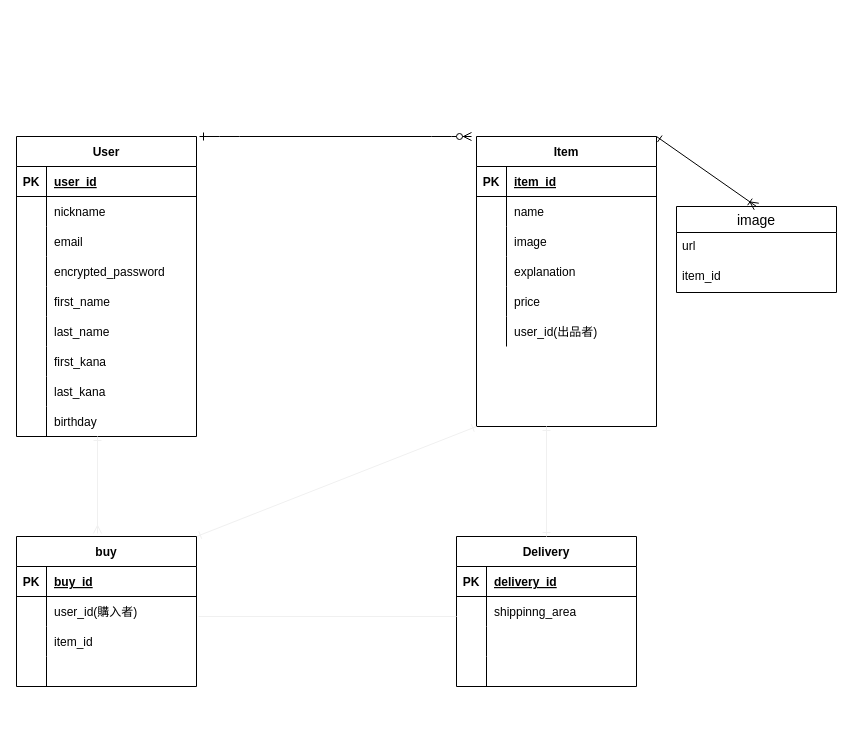
The draw.io diagram furima-er.dio in 1030tm/furima-36410, before the edit. Source tidied: cells renumbered, new cells numbered last; positions are measured from the earlier drawing's top-left corner, leaving out a move shared by most shapes. Both pictures are drawn from the tidied source at 100%, with x=0, y=0 at pixel (16, 136).
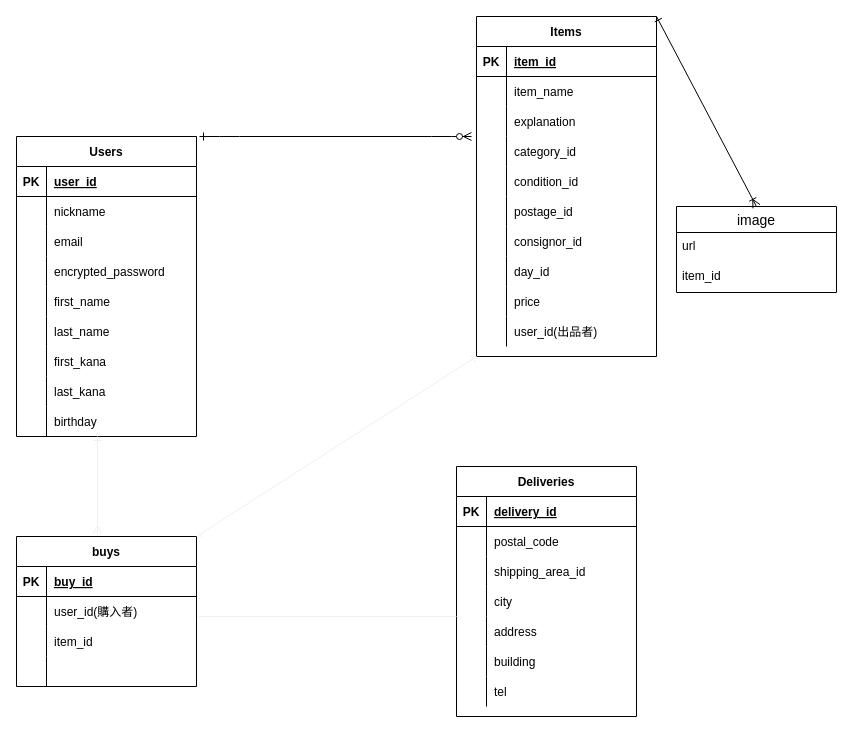
The same diagram, later.

Commit message (it also covers changes not shown here):
コードレビュー指摘の修正

The change refers to these unchanged cells:
```xml
<mxCell id="34" style="shape=partialRectangle;fillColor=none;top=0;left=0;bottom=0;right=0;" parent="30" vertex="1">
  <mxGeometry y="60" width="180" height="30" as="geometry" />
</mxCell>
<mxCell id="37" style="shape=partialRectangle;fillColor=none;top=0;left=0;bottom=0;right=0;" parent="30" vertex="1">
  <mxGeometry y="90" width="180" height="30" as="geometry" />
</mxCell>
<mxCell id="40" style="shape=partialRectangle;fillColor=none;top=0;left=0;bottom=0;right=0;" parent="30" vertex="1">
  <mxGeometry y="120" width="180" height="30" as="geometry" />
</mxCell>
<mxCell id="43" style="shape=partialRectangle;fillColor=none;top=0;left=0;bottom=0;right=0;" parent="30" vertex="1">
  <mxGeometry y="150" width="180" height="30" as="geometry" />
</mxCell>
<mxCell id="46" style="shape=partialRectangle;fillColor=none;top=0;left=0;bottom=0;right=0;" parent="30" vertex="1">
  <mxGeometry y="180" width="180" height="30" as="geometry" />
</mxCell>
<mxCell id="73" style="shape=partialRectangle;fillColor=none;top=0;left=0;bottom=0;right=0;" parent="69" vertex="1">
  <mxGeometry y="60" width="180" height="30" as="geometry" />
</mxCell>
<mxCell id="76" style="shape=partialRectangle;fillColor=none;top=0;left=0;bottom=0;right=0;" parent="69" vertex="1">
  <mxGeometry y="90" width="180" height="30" as="geometry" />
</mxCell>
<mxCell id="79" style="shape=partialRectangle;fillColor=none;top=0;left=0;bottom=0;right=0;" parent="69" vertex="1">
  <mxGeometry y="120" width="180" height="30" as="geometry" />
</mxCell>
```

Change to the diagram source:
```diff
@@
-    <mxCell id="2" value="User" style="shape=table;startSize=30;childLayout=tableLayout;rowLines=0;fontStyle=1;align=center;rounded=0;sketch=0;" parent="1" vertex="1">
+    <mxCell id="2" value="Users" style="shape=table;startSize=30;childLayout=tableLayout;rowLines=0;fontStyle=1;align=center;rounded=0;sketch=0;" parent="1" vertex="1">
       <mxGeometry width="180" height="300" as="geometry" />
     </mxCell>
@@
-    <mxCell id="30" value="Item" style="shape=table;startSize=30;childLayout=tableLayout;rowLines=0;fontStyle=1;align=center;rounded=0;sketch=0;" parent="1" vertex="1">
-      <mxGeometry x="460" width="180" height="290" as="geometry" />
+    <mxCell id="30" value="Items" style="shape=table;startSize=30;childLayout=tableLayout;rowLines=0;fontStyle=1;align=center;rounded=0;sketch=0;" parent="1" vertex="1">
+      <mxGeometry x="460" y="-120" width="180" height="340" as="geometry" />
     </mxCell>
@@
-    <mxCell id="36" value="name" style="shape=partialRectangle;fillColor=none;top=0;left=0;bottom=0;right=0;align=left;spacingLeft=6;overflow=hidden;" parent="34" vertex="1">
+    <mxCell id="36" value="item_name" style="shape=partialRectangle;fillColor=none;top=0;left=0;bottom=0;right=0;align=left;spacingLeft=6;overflow=hidden;" parent="34" vertex="1">
       <mxGeometry x="30" width="150" height="30" as="geometry" />
     </mxCell>
@@
-    <mxCell id="39" value="image" style="shape=partialRectangle;fillColor=none;top=0;left=0;bottom=0;right=0;align=left;spacingLeft=6;overflow=hidden;" parent="37" vertex="1">
+    <mxCell id="39" value="explanation" style="shape=partialRectangle;fillColor=none;top=0;left=0;bottom=0;right=0;align=left;spacingLeft=6;overflow=hidden;" parent="37" vertex="1">
       <mxGeometry x="30" width="150" height="30" as="geometry" />
     </mxCell>
@@
-    <mxCell id="42" value="explanation" style="shape=partialRectangle;fillColor=none;top=0;left=0;bottom=0;right=0;align=left;spacingLeft=6;overflow=hidden;" parent="40" vertex="1">
+    <mxCell id="42" value="category_id" style="shape=partialRectangle;fillColor=none;top=0;left=0;bottom=0;right=0;align=left;spacingLeft=6;overflow=hidden;" parent="40" vertex="1">
       <mxGeometry x="30" width="150" height="30" as="geometry" />
     </mxCell>
@@
-    <mxCell id="45" value="price" style="shape=partialRectangle;fillColor=none;top=0;left=0;bottom=0;right=0;align=left;spacingLeft=6;overflow=hidden;" parent="43" vertex="1">
+    <mxCell id="45" value="condition_id" style="shape=partialRectangle;fillColor=none;top=0;left=0;bottom=0;right=0;align=left;spacingLeft=6;overflow=hidden;" parent="43" vertex="1">
       <mxGeometry x="30" width="150" height="30" as="geometry" />
     </mxCell>
@@
-    <mxCell id="48" value="user_id(出品者)" style="shape=partialRectangle;fillColor=none;top=0;left=0;bottom=0;right=0;align=left;spacingLeft=6;overflow=hidden;" parent="46" vertex="1">
+    <mxCell id="48" value="postage_id" style="shape=partialRectangle;fillColor=none;top=0;left=0;bottom=0;right=0;align=left;spacingLeft=6;overflow=hidden;" parent="46" vertex="1">
       <mxGeometry x="30" width="150" height="30" as="geometry" />
     </mxCell>
+    <mxCell id="85" style="shape=partialRectangle;fillColor=none;top=0;left=0;bottom=0;right=0;" parent="30" vertex="1">
+      <mxGeometry y="210" width="180" height="30" as="geometry" />
+    </mxCell>
+    <mxCell id="86" style="shape=partialRectangle;fillColor=none;top=0;left=0;bottom=0;right=0;overflow=hidden;" parent="85" vertex="1">
+      <mxGeometry width="30" height="30" as="geometry" />
+    </mxCell>
+    <mxCell id="87" value="consignor_id" style="shape=partialRectangle;fillColor=none;top=0;left=0;bottom=0;right=0;align=left;spacingLeft=6;overflow=hidden;" parent="85" vertex="1">
+      <mxGeometry x="30" width="150" height="30" as="geometry" />
+    </mxCell>
+    <mxCell id="88" style="shape=partialRectangle;fillColor=none;top=0;left=0;bottom=0;right=0;" parent="30" vertex="1">
+      <mxGeometry y="240" width="180" height="30" as="geometry" />
+    </mxCell>
+    <mxCell id="89" style="shape=partialRectangle;fillColor=none;top=0;left=0;bottom=0;right=0;overflow=hidden;" parent="88" vertex="1">
+      <mxGeometry width="30" height="30" as="geometry" />
+    </mxCell>
+    <mxCell id="90" value="day_id" style="shape=partialRectangle;fillColor=none;top=0;left=0;bottom=0;right=0;align=left;spacingLeft=6;overflow=hidden;" parent="88" vertex="1">
+      <mxGeometry x="30" width="150" height="30" as="geometry" />
+    </mxCell>
+    <mxCell id="91" style="shape=partialRectangle;fillColor=none;top=0;left=0;bottom=0;right=0;" parent="30" vertex="1">
+      <mxGeometry y="270" width="180" height="30" as="geometry" />
+    </mxCell>
+    <mxCell id="92" style="shape=partialRectangle;fillColor=none;top=0;left=0;bottom=0;right=0;overflow=hidden;" parent="91" vertex="1">
+      <mxGeometry width="30" height="30" as="geometry" />
+    </mxCell>
+    <mxCell id="93" value="price" style="shape=partialRectangle;fillColor=none;top=0;left=0;bottom=0;right=0;align=left;spacingLeft=6;overflow=hidden;" parent="91" vertex="1">
+      <mxGeometry x="30" width="150" height="30" as="geometry" />
+    </mxCell>
+    <mxCell id="94" style="shape=partialRectangle;fillColor=none;top=0;left=0;bottom=0;right=0;" parent="30" vertex="1">
+      <mxGeometry y="300" width="180" height="30" as="geometry" />
+    </mxCell>
+    <mxCell id="95" style="shape=partialRectangle;fillColor=none;top=0;left=0;bottom=0;right=0;overflow=hidden;" parent="94" vertex="1">
+      <mxGeometry width="30" height="30" as="geometry" />
+    </mxCell>
+    <mxCell id="96" value="user_id(出品者)" style="shape=partialRectangle;fillColor=none;top=0;left=0;bottom=0;right=0;align=left;spacingLeft=6;overflow=hidden;" parent="94" vertex="1">
+      <mxGeometry x="30" width="150" height="30" as="geometry" />
+    </mxCell>
@@
-    <mxCell id="56" value="buy" style="shape=table;startSize=30;childLayout=tableLayout;rowLines=0;fontStyle=1;align=center;" parent="1" vertex="1">
+    <mxCell id="56" value="buys" style="shape=table;startSize=30;childLayout=tableLayout;rowLines=0;fontStyle=1;align=center;" parent="1" vertex="1">
       <mxGeometry y="400" width="180" height="150" as="geometry" />
     </mxCell>
@@
-    <mxCell id="69" value="Delivery" style="shape=table;startSize=30;childLayout=tableLayout;rowLines=0;fontStyle=1;align=center;" parent="1" vertex="1">
-      <mxGeometry x="440" y="400" width="180" height="150" as="geometry" />
+    <mxCell id="69" value="Deliveries" style="shape=table;startSize=30;childLayout=tableLayout;rowLines=0;fontStyle=1;align=center;" parent="1" vertex="1">
+      <mxGeometry x="440" y="330" width="180" height="250" as="geometry" />
     </mxCell>
@@
-    <mxCell id="75" value="shippinng_area" style="shape=partialRectangle;fillColor=none;top=0;left=0;bottom=0;right=0;align=left;spacingLeft=6;overflow=hidden;" parent="73" vertex="1">
+    <mxCell id="75" value="postal_code" style="shape=partialRectangle;fillColor=none;top=0;left=0;bottom=0;right=0;align=left;spacingLeft=6;overflow=hidden;" parent="73" vertex="1">
       <mxGeometry x="30" width="150" height="30" as="geometry" />
     </mxCell>
@@
-    <mxCell id="78" style="shape=partialRectangle;fillColor=none;top=0;left=0;bottom=0;right=0;align=left;spacingLeft=6;overflow=hidden;" parent="76" vertex="1">
+    <mxCell id="78" value="shipping_area_id" style="shape=partialRectangle;fillColor=none;top=0;left=0;bottom=0;right=0;align=left;spacingLeft=6;overflow=hidden;" parent="76" vertex="1">
       <mxGeometry x="30" width="150" height="30" as="geometry" />
     </mxCell>
@@
-    <mxCell id="81" style="shape=partialRectangle;fillColor=none;top=0;left=0;bottom=0;right=0;align=left;spacingLeft=6;overflow=hidden;" parent="79" vertex="1">
+    <mxCell id="81" value="city" style="shape=partialRectangle;fillColor=none;top=0;left=0;bottom=0;right=0;align=left;spacingLeft=6;overflow=hidden;" parent="79" vertex="1">
       <mxGeometry x="30" width="150" height="30" as="geometry" />
     </mxCell>
+    <mxCell id="97" style="shape=partialRectangle;fillColor=none;top=0;left=0;bottom=0;right=0;" parent="69" vertex="1">
+      <mxGeometry y="150" width="180" height="30" as="geometry" />
+    </mxCell>
+    <mxCell id="98" style="shape=partialRectangle;fillColor=none;top=0;left=0;bottom=0;right=0;overflow=hidden;" parent="97" vertex="1">
+      <mxGeometry width="30" height="30" as="geometry" />
+    </mxCell>
+    <mxCell id="99" value="address" style="shape=partialRectangle;fillColor=none;top=0;left=0;bottom=0;right=0;align=left;spacingLeft=6;overflow=hidden;" parent="97" vertex="1">
+      <mxGeometry x="30" width="150" height="30" as="geometry" />
+    </mxCell>
+    <mxCell id="100" style="shape=partialRectangle;fillColor=none;top=0;left=0;bottom=0;right=0;" parent="69" vertex="1">
+      <mxGeometry y="180" width="180" height="30" as="geometry" />
+    </mxCell>
+    <mxCell id="101" style="shape=partialRectangle;fillColor=none;top=0;left=0;bottom=0;right=0;overflow=hidden;" parent="100" vertex="1">
+      <mxGeometry width="30" height="30" as="geometry" />
+    </mxCell>
+    <mxCell id="102" value="building" style="shape=partialRectangle;fillColor=none;top=0;left=0;bottom=0;right=0;align=left;spacingLeft=6;overflow=hidden;" parent="100" vertex="1">
+      <mxGeometry x="30" width="150" height="30" as="geometry" />
+    </mxCell>
+    <mxCell id="103" style="shape=partialRectangle;fillColor=none;top=0;left=0;bottom=0;right=0;" parent="69" vertex="1">
+      <mxGeometry y="210" width="180" height="30" as="geometry" />
+    </mxCell>
+    <mxCell id="104" style="shape=partialRectangle;fillColor=none;top=0;left=0;bottom=0;right=0;overflow=hidden;" parent="103" vertex="1">
+      <mxGeometry width="30" height="30" as="geometry" />
+    </mxCell>
+    <mxCell id="105" value="tel" style="shape=partialRectangle;fillColor=none;top=0;left=0;bottom=0;right=0;align=left;spacingLeft=6;overflow=hidden;" parent="103" vertex="1">
+      <mxGeometry x="30" width="150" height="30" as="geometry" />
+    </mxCell>
@@
-    <mxCell id="83" style="fontSize=12;html=1;endArrow=ERone;strokeColor=#f0f0f0;endFill=0;startArrow=ERone;startFill=0;exitX=0.5;exitY=0;exitDx=0;exitDy=0;" parent="1" edge="1" source="69">
-      <mxGeometry relative="1" as="geometry">
-        <mxPoint x="530" y="290" as="targetPoint" />
-      </mxGeometry>
-    </mxCell>
```
